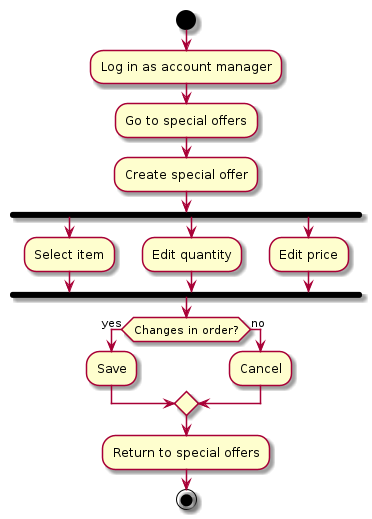
Earlier version of the PlantUML export docs/special-offer.png (tflm91/CRM-System).
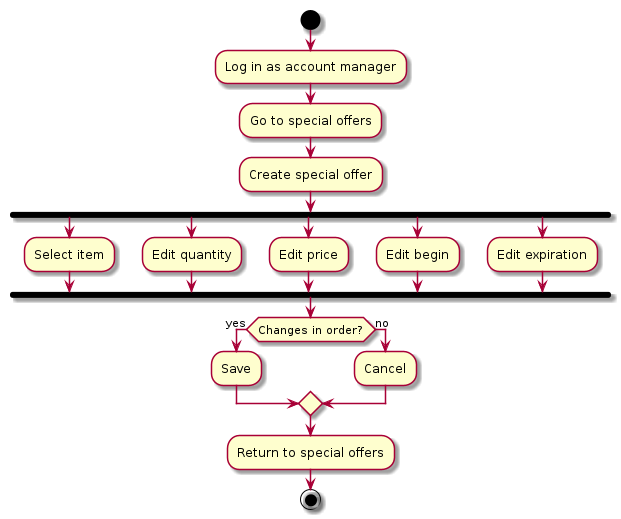
Above is the later version.

Commit message:
Improve modeling for special offer

Change to the diagram source:
```diff
@@ -10,6 +10,10 @@
     :Edit quantity;
 fork again
     :Edit price;
+fork again
+    :Edit begin;
+fork again
+    :Edit expiration;
 end fork
 if (Changes in order?) then (yes)
     :Save;
```
